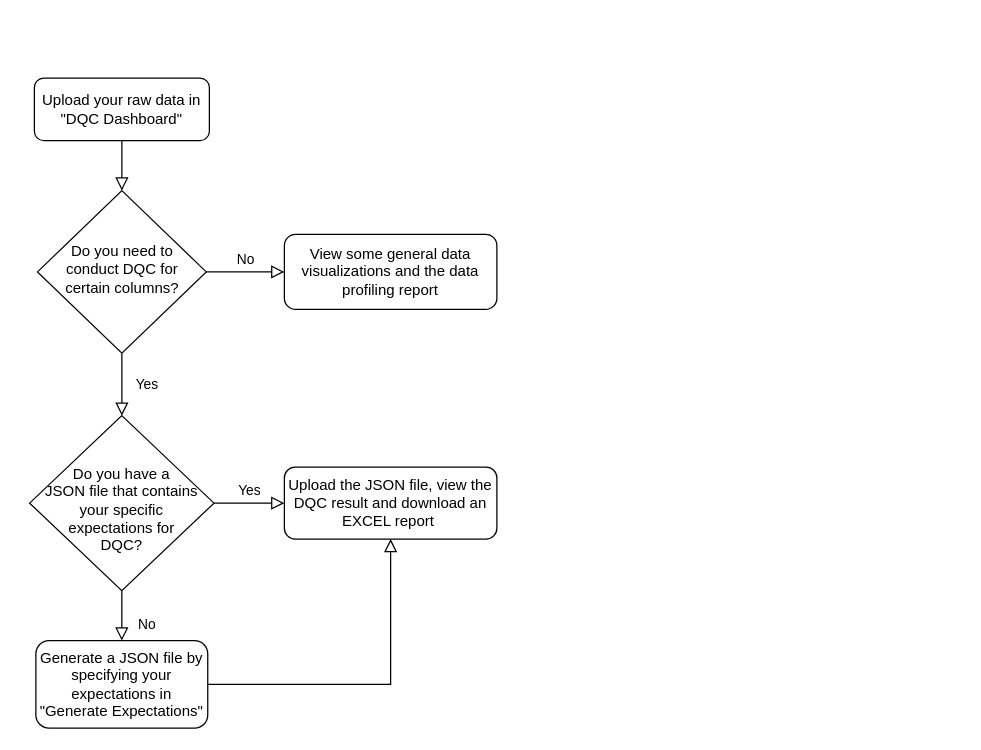
rawaaghali1/Streamlit_Data_Quality_Check keeps this draw.io diagram as Untitled Diagram.drawio. Above is the earlier version. Source tidied: cells renumbered, new cells numbered last; positions are measured from the earlier drawing's top-left corner, leaving out a move shared by most shapes. Both pictures are drawn from the tidied source at 125%, with x=0, y=0 at pixel (29, 78).
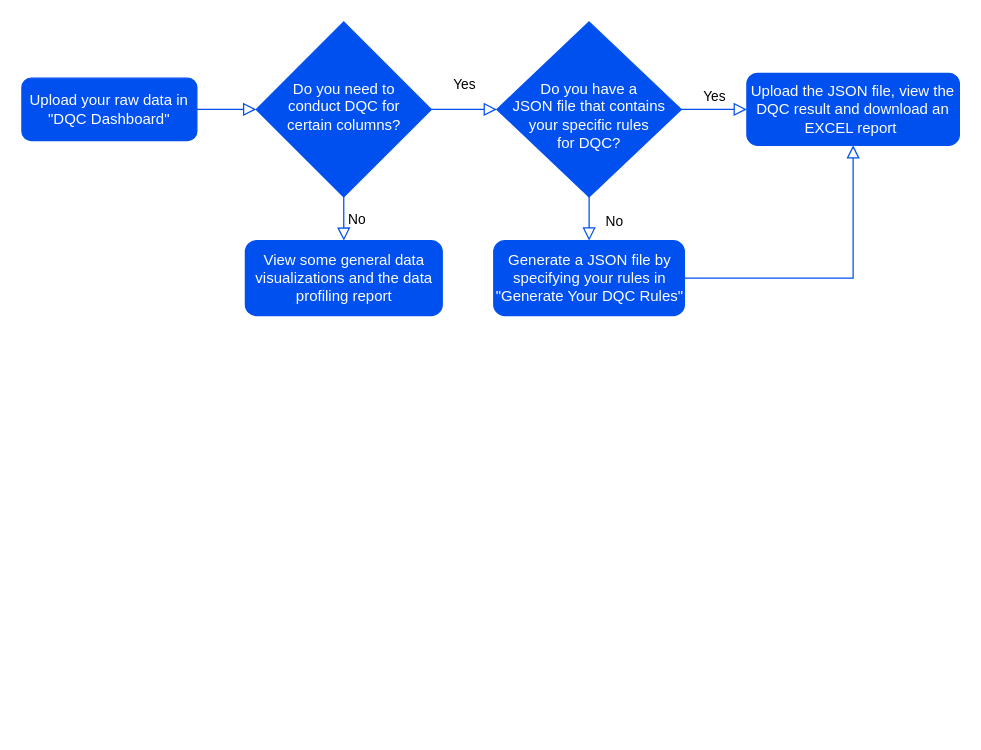
After the change.

What changed in the source:
```diff
@@
 <mxGraphModel>
   <root>
     <mxCell id="0" />
     <mxCell id="1" parent="0" />
-    <mxCell id="2" style="rounded=0;html=1;jettySize=auto;fontSize=11;endArrow=block;endFill=0;endSize=8;strokeWidth=1;shadow=0;labelBackgroundColor=none;edgeStyle=orthogonalEdgeStyle;" parent="1" edge="1" source="3" target="6">
+    <mxCell id="2" style="rounded=0;html=1;jettySize=auto;fontSize=11;endArrow=block;endFill=0;endSize=8;strokeWidth=1;shadow=0;labelBackgroundColor=none;edgeStyle=orthogonalEdgeStyle;strokeColor=#0050ef;fillColor=#0050ef;labelBorderColor=none;fontFamily=Helvetica;" parent="1" edge="1" source="3" target="6">
       <mxGeometry relative="1" as="geometry" />
     </mxCell>
-    <mxCell id="3" value="Upload your raw data in &quot;DQC Dashboard&quot;" style="rounded=1;whiteSpace=wrap;html=1;fontSize=12;glass=0;strokeWidth=1;shadow=0;" parent="1" vertex="1">
-      <mxGeometry x="4" width="140" height="50" as="geometry" />
+    <mxCell id="3" value="Upload your raw data in &quot;DQC Dashboard&quot;" style="rounded=1;whiteSpace=wrap;html=1;fontSize=12;glass=0;strokeWidth=1;shadow=0;strokeColor=#0050ef;fillColor=#0050ef;fontColor=#ffffff;labelBackgroundColor=none;labelBorderColor=none;fontFamily=Helvetica;" parent="1" vertex="1">
+      <mxGeometry x="-6" width="140" height="50" as="geometry" />
     </mxCell>
-    <mxCell id="4" value="Yes" style="rounded=0;html=1;jettySize=auto;fontSize=11;endArrow=block;endFill=0;endSize=8;strokeWidth=1;shadow=0;labelBackgroundColor=none;edgeStyle=orthogonalEdgeStyle;" parent="1" edge="1" source="6" target="10">
+    <mxCell id="4" value="Yes" style="rounded=0;html=1;jettySize=auto;fontSize=11;endArrow=block;endFill=0;endSize=8;strokeWidth=1;shadow=0;labelBackgroundColor=none;edgeStyle=orthogonalEdgeStyle;strokeColor=#0050ef;fillColor=#0050ef;labelBorderColor=none;fontFamily=Helvetica;" parent="1" edge="1" source="6" target="10">
       <mxGeometry y="20" relative="1" as="geometry" />
     </mxCell>
-    <mxCell id="5" value="No" style="edgeStyle=orthogonalEdgeStyle;rounded=0;html=1;jettySize=auto;fontSize=11;endArrow=block;endFill=0;endSize=8;strokeWidth=1;shadow=0;labelBackgroundColor=none;" parent="1" edge="1" source="6" target="7">
+    <mxCell id="5" value="No" style="edgeStyle=orthogonalEdgeStyle;rounded=0;html=1;jettySize=auto;fontSize=11;endArrow=block;endFill=0;endSize=8;strokeWidth=1;shadow=0;labelBackgroundColor=none;strokeColor=#0050ef;fillColor=#0050ef;labelBorderColor=none;fontFamily=Helvetica;" parent="1" edge="1" source="6" target="7">
       <mxGeometry y="10" relative="1" as="geometry" />
     </mxCell>
-    <mxCell id="6" value="Do you need to &lt;br&gt;conduct DQC for &lt;br&gt;certain columns?" style="rhombus;whiteSpace=wrap;html=1;shadow=0;fontFamily=Helvetica;fontSize=12;align=center;strokeWidth=1;spacing=6;spacingTop=-4;" parent="1" vertex="1">
-      <mxGeometry x="6.5" y="90" width="135" height="130" as="geometry" />
+    <mxCell id="6" value="Do you need to &lt;br&gt;conduct DQC for &lt;br&gt;certain columns?" style="rhombus;whiteSpace=wrap;html=1;shadow=0;fontFamily=Helvetica;fontSize=12;align=center;strokeWidth=1;spacing=6;spacingTop=-4;strokeColor=#0050ef;fillColor=#0050ef;fontColor=#ffffff;labelBackgroundColor=none;labelBorderColor=none;" parent="1" vertex="1">
+      <mxGeometry x="181.5" y="-45" width="140" height="140" as="geometry" />
     </mxCell>
-    <mxCell id="7" value="View some general data visualizations and the data profiling report" style="rounded=1;whiteSpace=wrap;html=1;fontSize=12;glass=0;strokeWidth=1;shadow=0;" parent="1" vertex="1">
-      <mxGeometry x="204" y="125" width="170" height="60" as="geometry" />
+    <mxCell id="7" value="View some general data visualizations and the data profiling report" style="rounded=1;whiteSpace=wrap;html=1;fontSize=12;glass=0;strokeWidth=1;shadow=0;strokeColor=#0050ef;fillColor=#0050ef;fontColor=#ffffff;labelBackgroundColor=none;labelBorderColor=none;fontFamily=Helvetica;" parent="1" vertex="1">
+      <mxGeometry x="172.8" y="130" width="157.5" height="60" as="geometry" />
     </mxCell>
-    <mxCell id="8" value="No" style="rounded=0;html=1;jettySize=auto;fontSize=11;endArrow=block;endFill=0;endSize=8;strokeWidth=1;shadow=0;labelBackgroundColor=none;edgeStyle=orthogonalEdgeStyle;" parent="1" edge="1" source="10" target="12">
+    <mxCell id="8" value="No" style="rounded=0;html=1;jettySize=auto;fontSize=11;endArrow=block;endFill=0;endSize=8;strokeWidth=1;shadow=0;labelBackgroundColor=none;edgeStyle=orthogonalEdgeStyle;strokeColor=#0050ef;fillColor=#0050ef;labelBorderColor=none;fontFamily=Helvetica;" parent="1" edge="1" source="10" target="12">
       <mxGeometry x="0.33" y="20" relative="1" as="geometry" />
     </mxCell>
-    <mxCell id="9" value="Yes" style="edgeStyle=orthogonalEdgeStyle;rounded=0;html=1;jettySize=auto;fontSize=11;endArrow=block;endFill=0;endSize=8;strokeWidth=1;shadow=0;labelBackgroundColor=none;" parent="1" edge="1" source="10" target="13">
+    <mxCell id="9" value="Yes" style="edgeStyle=orthogonalEdgeStyle;rounded=0;html=1;jettySize=auto;fontSize=11;endArrow=block;endFill=0;endSize=8;strokeWidth=1;shadow=0;labelBackgroundColor=none;strokeColor=#0050ef;fillColor=#0050ef;labelBorderColor=none;fontFamily=Helvetica;" parent="1" edge="1" source="10" target="13">
       <mxGeometry y="10" relative="1" as="geometry" />
     </mxCell>
-    <mxCell id="10" value="&lt;br&gt;Do you have a &lt;br&gt;JSON file that contains your specific &lt;br&gt;expectations for &lt;br&gt;DQC?" style="rhombus;whiteSpace=wrap;html=1;shadow=0;fontFamily=Helvetica;fontSize=12;align=center;strokeWidth=1;spacing=6;spacingTop=-4;" parent="1" vertex="1">
-      <mxGeometry x="0.2" y="270" width="147.5" height="140" as="geometry" />
+    <mxCell id="10" value="&lt;br&gt;Do you have a &lt;br&gt;JSON file that contains your specific rules &lt;br&gt;for DQC?" style="rhombus;whiteSpace=wrap;html=1;shadow=0;fontFamily=Helvetica;fontSize=12;align=center;strokeWidth=1;spacing=6;spacingTop=-4;strokeColor=#0050ef;fillColor=#0050ef;fontColor=#ffffff;labelBackgroundColor=none;labelBorderColor=none;" parent="1" vertex="1">
+      <mxGeometry x="374" y="-45" width="147.5" height="140" as="geometry" />
     </mxCell>
-    <mxCell id="11" style="edgeStyle=orthogonalEdgeStyle;rounded=0;jettySize=auto;html=1;exitX=1;exitY=0.5;exitDx=0;exitDy=0;entryX=0.5;entryY=1;entryDx=0;entryDy=0;endArrow=block;endFill=0;endSize=8;" parent="1" edge="1" source="12" target="13">
+    <mxCell id="11" style="edgeStyle=orthogonalEdgeStyle;rounded=0;jettySize=auto;html=1;exitX=1;exitY=0.5;exitDx=0;exitDy=0;entryX=0.5;entryY=1;entryDx=0;entryDy=0;endArrow=block;endFill=0;endSize=8;strokeColor=#0050ef;fillColor=#0050ef;labelBackgroundColor=none;labelBorderColor=none;fontFamily=Helvetica;" parent="1" edge="1" source="12" target="13">
       <mxGeometry relative="1" as="geometry" />
     </mxCell>
-    <mxCell id="12" value="Generate a JSON file by specifying your expectations in &quot;Generate Expectations&quot;" style="rounded=1;whiteSpace=wrap;html=1;fontSize=12;glass=0;strokeWidth=1;shadow=0;" parent="1" vertex="1">
-      <mxGeometry x="5.2" y="450" width="137.5" height="70" as="geometry" />
+    <mxCell id="12" value="Generate a JSON file by specifying your rules in &quot;Generate Your DQC Rules&quot;" style="rounded=1;whiteSpace=wrap;html=1;fontSize=12;glass=0;strokeWidth=1;shadow=0;strokeColor=#0050ef;fillColor=#0050ef;fontColor=#ffffff;labelBackgroundColor=none;labelBorderColor=none;fontFamily=Helvetica;" parent="1" vertex="1">
+      <mxGeometry x="371.5" y="130" width="152.5" height="60" as="geometry" />
     </mxCell>
-    <mxCell id="13" value="Upload the JSON file, view the DQC result and download an EXCEL report&amp;nbsp;" style="rounded=1;whiteSpace=wrap;html=1;fontSize=12;glass=0;strokeWidth=1;shadow=0;" parent="1" vertex="1">
-      <mxGeometry x="204" y="311.2" width="170" height="57.5" as="geometry" />
+    <mxCell id="13" value="Upload the JSON file, view the DQC result and download an EXCEL report&amp;nbsp;" style="rounded=1;whiteSpace=wrap;html=1;fontSize=12;glass=0;strokeWidth=1;shadow=0;strokeColor=#0050ef;fillColor=#0050ef;fontColor=#ffffff;labelBackgroundColor=none;labelBorderColor=none;fontFamily=Helvetica;" parent="1" vertex="1">
+      <mxGeometry x="574" y="-3.8" width="170" height="57.5" as="geometry" />
     </mxCell>
   </root>
 </mxGraphModel>
```
